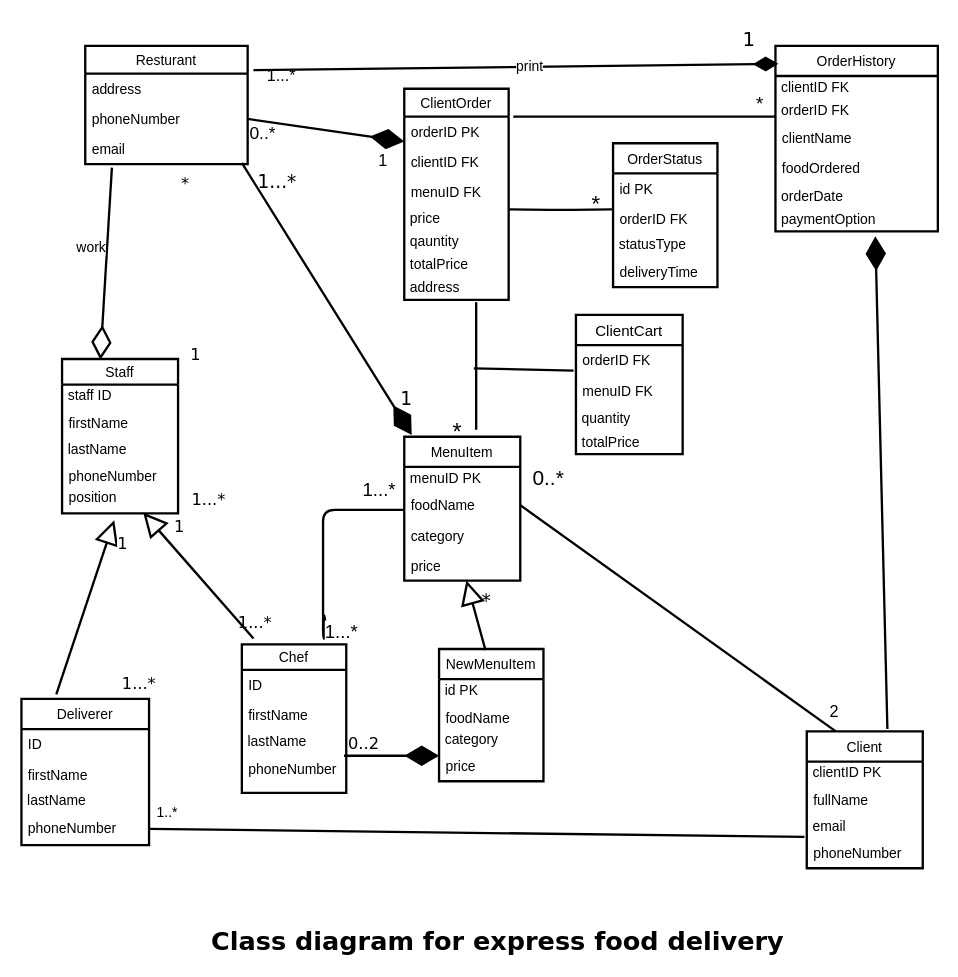
Earlier version of the draw.io diagram Class Diagram For Express food delivery resturant.drawio (wallaceNdi/OC-PRO). Source tidied: cells renumbered, new cells numbered last; positions are measured from the earlier drawing's top-left corner, leaving out a move shared by most shapes. Both pictures are drawn from the tidied source at 116%, with x=0, y=0 at pixel (21, 20).
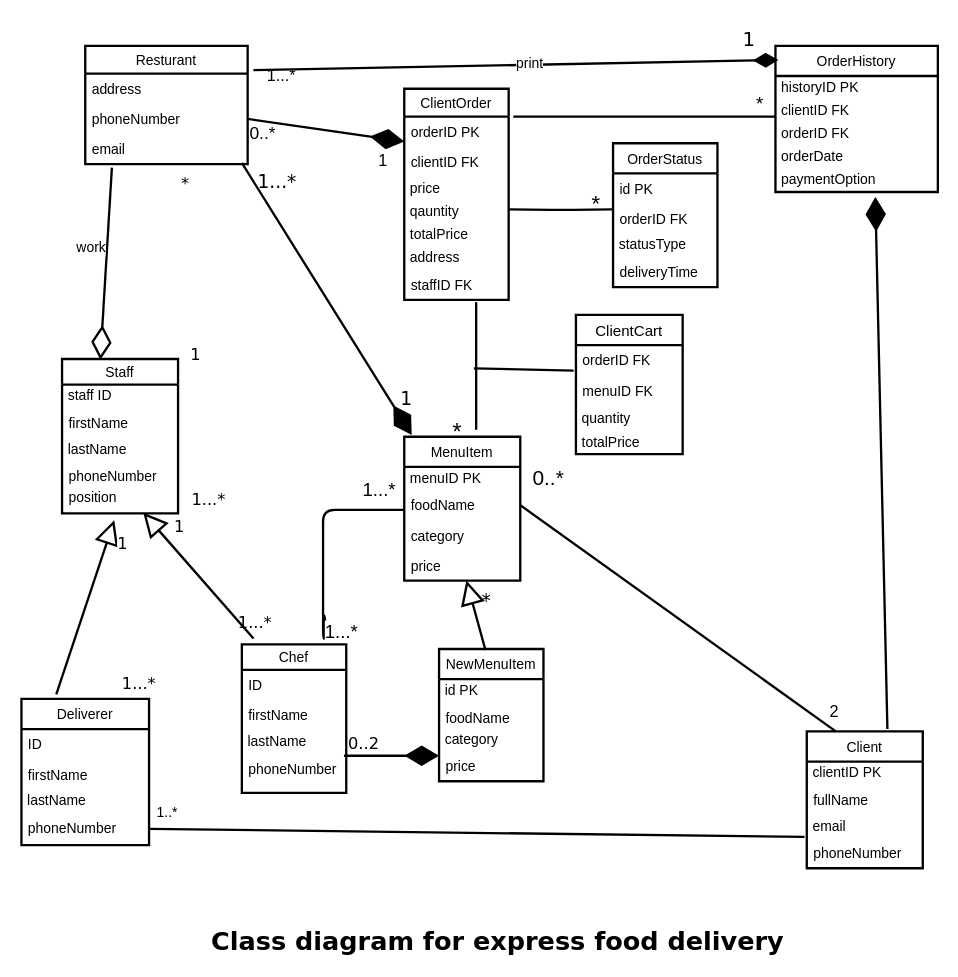
Above is the later version.

The change refers to these unchanged cells:
```xml
<mxCell id="82" value="ClientOrder" style="swimlane;fontStyle=0;horizontal=1;startSize=24;fillColor=none;strokeWidth=2;" parent="1" vertex="1">
  <mxGeometry x="330" y="59" width="90" height="182" as="geometry" />
</mxCell>
```

The edit, as a diff of the source:
```diff
@@
     <mxCell id="37" value="OrderHistory" style="swimlane;fontStyle=0;horizontal=1;startSize=26;fillColor=none;strokeWidth=2;" parent="1" vertex="1">
-      <mxGeometry x="650" y="22" width="140" height="160" as="geometry" />
+      <mxGeometry x="650" y="22" width="140" height="126" as="geometry" />
     </mxCell>
+    <mxCell id="104" value="&amp;nbsp;historyID PK" style="text;html=1;align=left;verticalAlign=top;spacingTop=-4;" parent="37" vertex="1">
+      <mxGeometry y="26" width="140" height="20" as="geometry" />
+    </mxCell>
     <mxCell id="38" value="&amp;nbsp;clientID FK" style="text;html=1;align=left;verticalAlign=top;spacingTop=-4;" parent="37" vertex="1">
-      <mxGeometry y="26" width="140" height="20" as="geometry" />
+      <mxGeometry y="46" width="140" height="20" as="geometry" />
     </mxCell>
     <mxCell id="39" value="&amp;nbsp;orderID FK" style="text;html=1;align=left;verticalAlign=top;spacingTop=-4;" parent="37" vertex="1">
-      <mxGeometry y="46" width="140" height="20" as="geometry" />
+      <mxGeometry y="66" width="140" height="20" as="geometry" />
     </mxCell>
-    <mxCell id="40" value="clientName" style="text;strokeColor=none;fillColor=none;align=left;verticalAlign=top;spacingLeft=4;spacingRight=4;overflow=hidden;" parent="37" vertex="1">
-      <mxGeometry y="66" width="140" height="26" as="geometry" />
-    </mxCell>
-    <mxCell id="41" value="foodOrdered" style="text;strokeColor=none;fillColor=none;align=left;verticalAlign=top;spacingLeft=4;spacingRight=4;overflow=hidden;" parent="37" vertex="1">
-      <mxGeometry y="92" width="140" height="28" as="geometry" />
-    </mxCell>
     <mxCell id="42" value="&amp;nbsp;orderDate" style="text;html=1;align=left;verticalAlign=top;spacingTop=-4;" parent="37" vertex="1">
-      <mxGeometry y="120" width="140" height="20" as="geometry" />
+      <mxGeometry y="86" width="140" height="20" as="geometry" />
     </mxCell>
     <mxCell id="43" value="&amp;nbsp;paymentOption" style="text;html=1;points=[];align=left;verticalAlign=top;spacingTop=-4;" parent="37" vertex="1">
-      <mxGeometry y="140" width="140" height="20" as="geometry" />
+      <mxGeometry y="106" width="140" height="20" as="geometry" />
     </mxCell>
@@
-    <mxCell id="85" value="menuID FK&#10;" style="text;strokeColor=none;fillColor=none;align=left;verticalAlign=top;spacingLeft=4;spacingRight=4;overflow=hidden;" parent="82" vertex="1">
-      <mxGeometry y="76" width="90" height="26" as="geometry" />
-    </mxCell>
     <mxCell id="86" value="&amp;nbsp;price" style="text;html=1;align=left;verticalAlign=top;spacingTop=-4;" parent="82" vertex="1">
-      <mxGeometry y="102" width="90" height="20" as="geometry" />
+      <mxGeometry y="76" width="90" height="20" as="geometry" />
     </mxCell>
     <mxCell id="87" value="&amp;nbsp;qauntity" style="text;html=1;align=left;verticalAlign=top;spacingTop=-4;" parent="82" vertex="1">
-      <mxGeometry y="122" width="90" height="20" as="geometry" />
+      <mxGeometry y="96" width="90" height="20" as="geometry" />
     </mxCell>
     <mxCell id="88" value="&amp;nbsp;totalPrice" style="text;html=1;align=left;verticalAlign=top;spacingTop=-4;" parent="82" vertex="1">
-      <mxGeometry y="142" width="90" height="20" as="geometry" />
+      <mxGeometry y="116" width="90" height="20" as="geometry" />
     </mxCell>
     <mxCell id="89" value="&amp;nbsp;address" style="text;html=1;align=left;verticalAlign=top;spacingTop=-4;" parent="82" vertex="1">
-      <mxGeometry y="162" width="90" height="20" as="geometry" />
+      <mxGeometry y="136" width="90" height="20" as="geometry" />
     </mxCell>
+    <mxCell id="85" value="staffID FK&#10;" style="text;strokeColor=none;fillColor=none;align=left;verticalAlign=top;spacingLeft=4;spacingRight=4;overflow=hidden;" parent="82" vertex="1">
+      <mxGeometry y="156" width="90" height="26" as="geometry" />
+    </mxCell>
```
